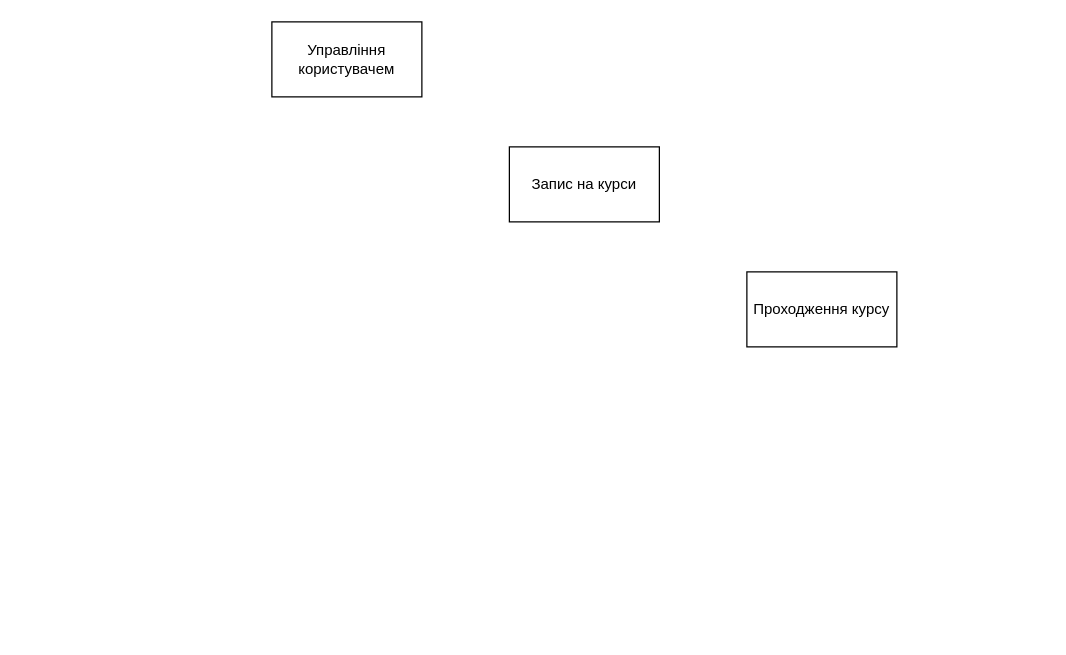
The draw.io diagram page "SADT-0" (8 of 8) of Study-system.drawio in SlayVic/Charts, before the edit. Source tidied: cells renumbered, new cells numbered last; positions are measured from the earlier drawing's top-left corner, leaving out a move shared by most shapes. Both pictures are drawn from the tidied source at 125%, with x=0, y=0 at pixel (271, 21).
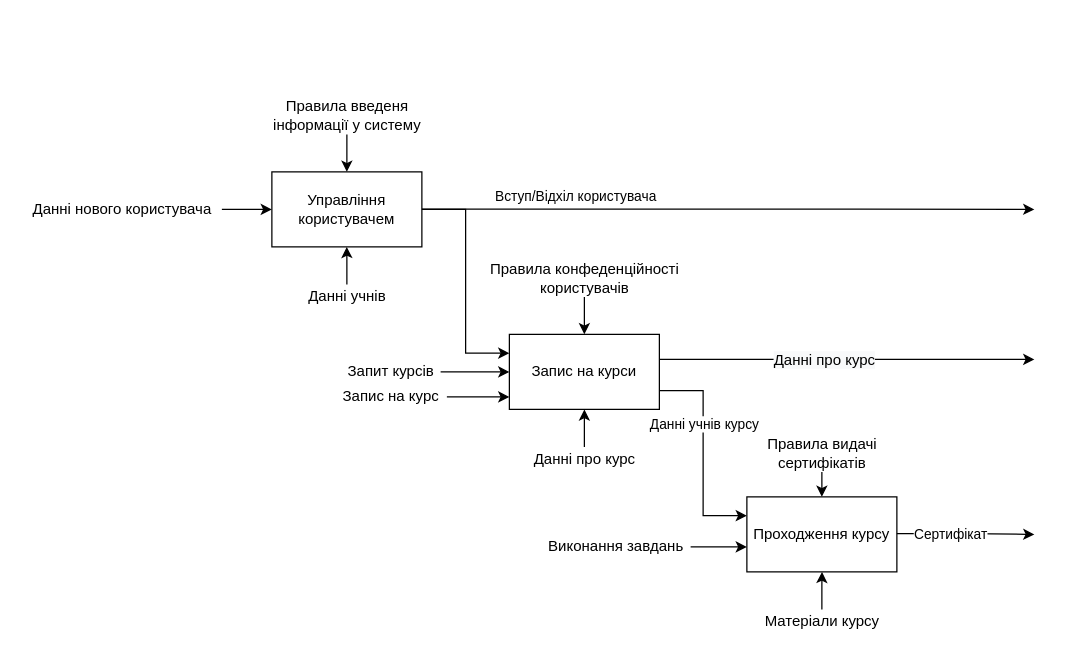
Above is the later version.

What changed in the source:
```diff
@@
+    <mxCell id="5" style="edgeStyle=orthogonalEdgeStyle;rounded=0;jettySize=auto;html=1;exitX=1;exitY=0.5;exitDx=0;exitDy=0;entryX=0;entryY=0.25;entryDx=0;entryDy=0;" parent="1" edge="1" source="2" target="3">
+      <mxGeometry relative="1" as="geometry" />
+    </mxCell>
     <mxCell id="2" value="Управління користувачем" style="rounded=0;whiteSpace=wrap;html=1;" parent="1" vertex="1">
-      <mxGeometry width="120" height="60" as="geometry" />
+      <mxGeometry y="120" width="120" height="60" as="geometry" />
     </mxCell>
+    <mxCell id="6" style="edgeStyle=orthogonalEdgeStyle;rounded=0;jettySize=auto;html=1;exitX=1;exitY=0.75;exitDx=0;exitDy=0;entryX=0;entryY=0.25;entryDx=0;entryDy=0;" parent="1" edge="1" source="3" target="4">
+      <mxGeometry relative="1" as="geometry" />
+    </mxCell>
+    <mxCell id="7" value="Данні учнів курсу" style="edgeLabel;html=1;align=center;verticalAlign=middle;" parent="6" vertex="1">
+      <mxGeometry x="-0.11" relative="1" as="geometry">
+        <mxPoint y="-15" as="offset" />
+      </mxGeometry>
+    </mxCell>
     <mxCell id="3" value="Запис на курси" style="rounded=0;whiteSpace=wrap;html=1;" parent="1" vertex="1">
-      <mxGeometry x="190" y="100" width="120" height="60" as="geometry" />
+      <mxGeometry x="190" y="250" width="120" height="60" as="geometry" />
     </mxCell>
     <mxCell id="4" value="Проходження курсу" style="rounded=0;whiteSpace=wrap;html=1;" parent="1" vertex="1">
-      <mxGeometry x="380" y="200" width="120" height="60" as="geometry" />
+      <mxGeometry x="380" y="380" width="120" height="60" as="geometry" />
     </mxCell>
+    <mxCell id="8" style="edgeStyle=orthogonalEdgeStyle;rounded=0;orthogonalLoop=1;jettySize=auto;html=1;exitX=1;exitY=0.25;exitDx=0;exitDy=0;" parent="1" edge="1">
+      <mxGeometry relative="1" as="geometry">
+        <mxPoint x="120" y="149.7" as="sourcePoint" />
+        <mxPoint x="610" y="150" as="targetPoint" />
+        <Array as="points">
+          <mxPoint x="470" y="150" />
+          <mxPoint x="470" y="150" />
+        </Array>
+      </mxGeometry>
+    </mxCell>
+    <mxCell id="9" value="Вступ/Відхіл користувача" style="edgeLabel;html=1;align=center;verticalAlign=middle;" parent="8" vertex="1">
+      <mxGeometry x="-0.22" y="-1" relative="1" as="geometry">
+        <mxPoint x="-69" y="-11" as="offset" />
+      </mxGeometry>
+    </mxCell>
+    <mxCell id="10" style="edgeStyle=orthogonalEdgeStyle;rounded=0;orthogonalLoop=1;jettySize=auto;html=1;exitX=1;exitY=0.5;exitDx=0;exitDy=0;" parent="1" edge="1">
+      <mxGeometry relative="1" as="geometry">
+        <mxPoint x="310" y="270" as="sourcePoint" />
+        <mxPoint x="610" y="270" as="targetPoint" />
+        <Array as="points">
+          <mxPoint x="450" y="270.3" />
+          <mxPoint x="450" y="270.3" />
+        </Array>
+      </mxGeometry>
+    </mxCell>
+    <mxCell id="11" value="&lt;span style=&quot;font-size: 12px; background-color: rgb(248, 249, 250);&quot;&gt;Данні про курс&lt;/span&gt;" style="edgeLabel;html=1;align=center;verticalAlign=middle;" parent="10" vertex="1">
+      <mxGeometry x="-0.31" y="1" relative="1" as="geometry">
+        <mxPoint x="28" y="1" as="offset" />
+      </mxGeometry>
+    </mxCell>
+    <mxCell id="12" style="edgeStyle=orthogonalEdgeStyle;rounded=0;orthogonalLoop=1;jettySize=auto;html=1;exitX=1;exitY=0.75;exitDx=0;exitDy=0;" parent="1" edge="1">
+      <mxGeometry relative="1" as="geometry">
+        <mxPoint x="500" y="409.3" as="sourcePoint" />
+        <mxPoint x="610" y="410" as="targetPoint" />
+        <Array as="points">
+          <mxPoint x="555" y="409" />
+          <mxPoint x="610" y="410" />
+        </Array>
+      </mxGeometry>
+    </mxCell>
+    <mxCell id="13" value="Сертифікат" style="edgeLabel;html=1;align=center;verticalAlign=middle;" parent="12" vertex="1">
+      <mxGeometry x="-0.23" relative="1" as="geometry" />
+    </mxCell>
+    <mxCell id="14" style="edgeStyle=orthogonalEdgeStyle;rounded=0;jettySize=auto;html=1;entryX=0.5;entryY=1;entryDx=0;entryDy=0;" parent="1" edge="1" source="15">
+      <mxGeometry relative="1" as="geometry">
+        <mxPoint x="250" y="310" as="targetPoint" />
+      </mxGeometry>
+    </mxCell>
+    <mxCell id="15" value="Данні про курс" style="text;html=1;align=center;verticalAlign=middle;points=[];strokeColor=none;fillColor=none;" parent="1" vertex="1">
+      <mxGeometry x="200" y="340" width="100" height="20" as="geometry" />
+    </mxCell>
+    <mxCell id="16" style="edgeStyle=orthogonalEdgeStyle;rounded=0;jettySize=auto;html=1;entryX=0.804;entryY=1;entryDx=0;entryDy=0;entryPerimeter=0;" parent="1" edge="1" source="17">
+      <mxGeometry relative="1" as="geometry">
+        <mxPoint x="440.1" y="440" as="targetPoint" />
+      </mxGeometry>
+    </mxCell>
+    <mxCell id="17" value="Матеріали курсу" style="text;html=1;align=center;verticalAlign=middle;points=[];strokeColor=none;fillColor=none;" parent="1" vertex="1">
+      <mxGeometry x="385" y="470" width="110" height="20" as="geometry" />
+    </mxCell>
+    <mxCell id="18" style="edgeStyle=orthogonalEdgeStyle;rounded=0;jettySize=auto;html=1;entryX=0.214;entryY=1;entryDx=0;entryDy=0;entryPerimeter=0;" parent="1" edge="1" source="19">
+      <mxGeometry relative="1" as="geometry">
+        <mxPoint x="59.9" y="180" as="targetPoint" />
+      </mxGeometry>
+    </mxCell>
+    <mxCell id="19" value="Данні учнів" style="text;html=1;align=center;verticalAlign=middle;points=[];strokeColor=none;fillColor=none;" parent="1" vertex="1">
+      <mxGeometry x="20" y="210" width="80" height="20" as="geometry" />
+    </mxCell>
+    <mxCell id="20" style="edgeStyle=orthogonalEdgeStyle;rounded=0;jettySize=auto;html=1;entryX=0.5;entryY=0;entryDx=0;entryDy=0;" parent="1" edge="1" source="21">
+      <mxGeometry relative="1" as="geometry">
+        <mxPoint x="250" y="250" as="targetPoint" />
+      </mxGeometry>
+    </mxCell>
+    <mxCell id="21" value="&lt;span style=&quot;background-color: rgb(255, 255, 255);&quot;&gt;Правила конфеденційності &lt;br&gt;користувачів&lt;/span&gt;" style="text;html=1;align=center;verticalAlign=middle;points=[];strokeColor=none;fillColor=none;" parent="1" vertex="1">
+      <mxGeometry x="165" y="190" width="170" height="30" as="geometry" />
+    </mxCell>
+    <mxCell id="22" style="edgeStyle=orthogonalEdgeStyle;rounded=0;jettySize=auto;html=1;" parent="1" edge="1" source="23">
+      <mxGeometry relative="1" as="geometry">
+        <mxPoint x="60" y="120" as="targetPoint" />
+      </mxGeometry>
+    </mxCell>
+    <mxCell id="23" value="Правила введеня &lt;br&gt;інформації у систему" style="text;html=1;align=center;verticalAlign=middle;points=[];strokeColor=none;fillColor=none;" parent="1" vertex="1">
+      <mxGeometry x="-5" y="60" width="130" height="30" as="geometry" />
+    </mxCell>
+    <mxCell id="24" style="edgeStyle=orthogonalEdgeStyle;rounded=0;jettySize=auto;html=1;entryX=0.821;entryY=0;entryDx=0;entryDy=0;entryPerimeter=0;" parent="1" edge="1" source="25">
+      <mxGeometry relative="1" as="geometry">
+        <mxPoint x="439.9" y="380" as="targetPoint" />
+      </mxGeometry>
+    </mxCell>
+    <mxCell id="25" value="Правила видачі&lt;br&gt;сертифікатів" style="text;html=1;align=center;verticalAlign=middle;points=[];strokeColor=none;fillColor=none;" parent="1" vertex="1">
+      <mxGeometry x="390" y="330" width="100" height="30" as="geometry" />
+    </mxCell>
+    <mxCell id="26" style="edgeStyle=orthogonalEdgeStyle;rounded=0;jettySize=auto;html=1;entryX=0;entryY=0.167;entryDx=0;entryDy=0;entryPerimeter=0;" parent="1" edge="1" source="27">
+      <mxGeometry relative="1" as="geometry">
+        <mxPoint y="150" as="targetPoint" />
+      </mxGeometry>
+    </mxCell>
+    <mxCell id="27" value="Данні нового користувача" style="text;html=1;align=center;verticalAlign=middle;points=[];strokeColor=none;fillColor=none;" parent="1" vertex="1">
+      <mxGeometry x="-200" y="140" width="160" height="20" as="geometry" />
+    </mxCell>
+    <mxCell id="28" style="edgeStyle=orthogonalEdgeStyle;rounded=0;jettySize=auto;html=1;entryX=0;entryY=0.333;entryDx=0;entryDy=0;entryPerimeter=0;" parent="1" edge="1" source="29">
+      <mxGeometry relative="1" as="geometry">
+        <mxPoint x="190" y="280" as="targetPoint" />
+      </mxGeometry>
+    </mxCell>
+    <mxCell id="29" value="Запит курсів" style="text;html=1;align=center;verticalAlign=middle;points=[];strokeColor=none;fillColor=none;" parent="1" vertex="1">
+      <mxGeometry x="55" y="270" width="80" height="20" as="geometry" />
+    </mxCell>
+    <mxCell id="30" style="edgeStyle=orthogonalEdgeStyle;rounded=0;jettySize=auto;html=1;entryX=0;entryY=0.5;entryDx=0;entryDy=0;" parent="1" edge="1" source="31">
+      <mxGeometry relative="1" as="geometry">
+        <mxPoint x="190" y="300" as="targetPoint" />
+      </mxGeometry>
+    </mxCell>
+    <mxCell id="31" value="Запис на курс" style="text;html=1;align=center;verticalAlign=middle;points=[];strokeColor=none;fillColor=none;" parent="1" vertex="1">
+      <mxGeometry x="50" y="290" width="90" height="20" as="geometry" />
+    </mxCell>
+    <mxCell id="32" style="edgeStyle=orthogonalEdgeStyle;rounded=0;jettySize=auto;html=1;entryX=0;entryY=0.667;entryDx=0;entryDy=0;entryPerimeter=0;" parent="1" edge="1" source="33">
+      <mxGeometry relative="1" as="geometry">
+        <mxPoint x="380" y="420" as="targetPoint" />
+      </mxGeometry>
+    </mxCell>
+    <mxCell id="33" value="Виконання завдань" style="text;html=1;align=center;verticalAlign=middle;points=[];strokeColor=none;fillColor=none;" parent="1" vertex="1">
+      <mxGeometry x="215" y="410" width="120" height="20" as="geometry" />
+    </mxCell>
```
